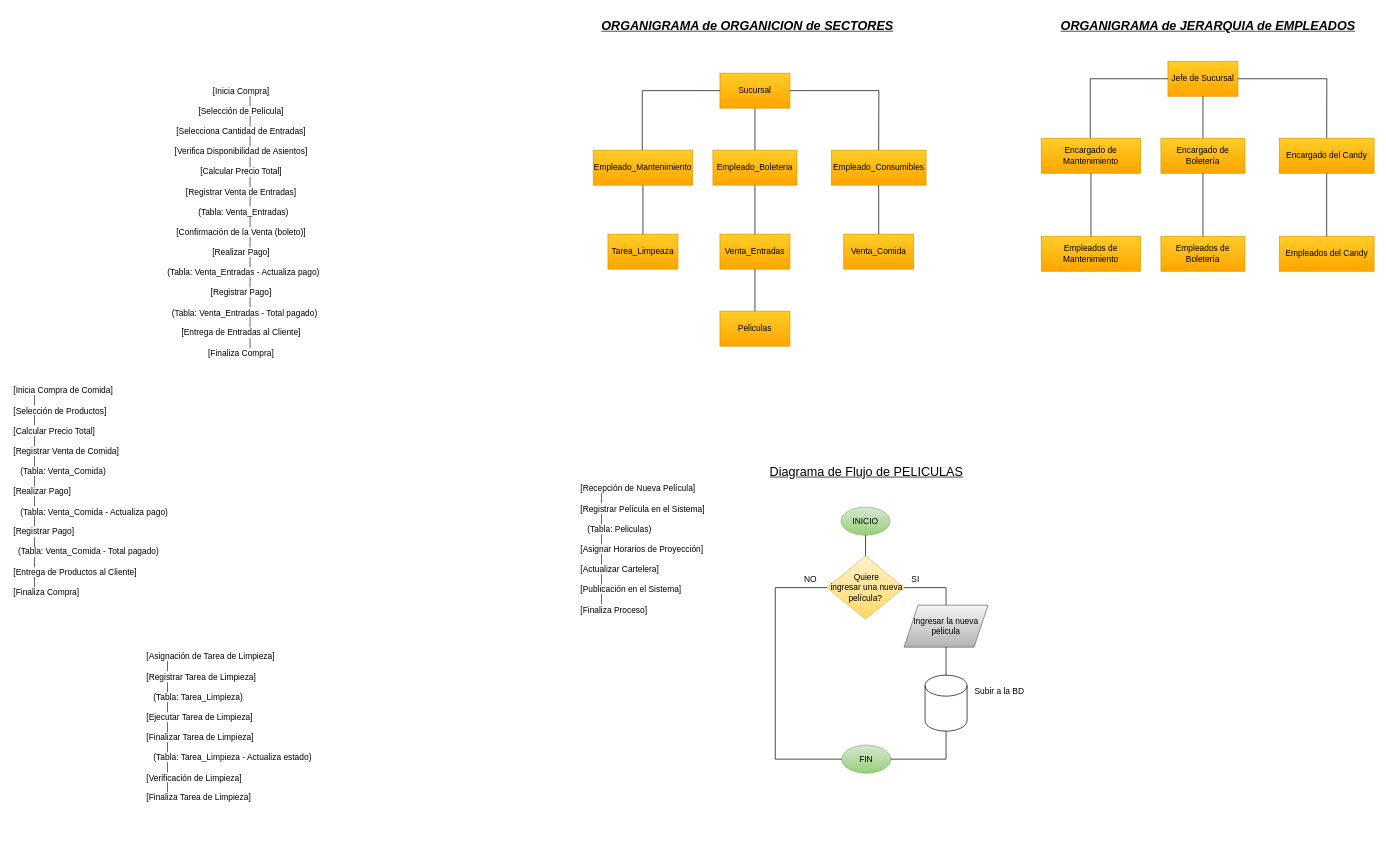
Earlier version of the draw.io diagram ORGANIGRAMA.drawio (NahuelLV/Base-de-Datos). Source tidied: cells renumbered, new cells numbered last; positions are measured from the earlier drawing's top-left corner, leaving out a move shared by most shapes. Both pictures are drawn from the tidied source at 70%, with x=0, y=0 at pixel (12, 12).
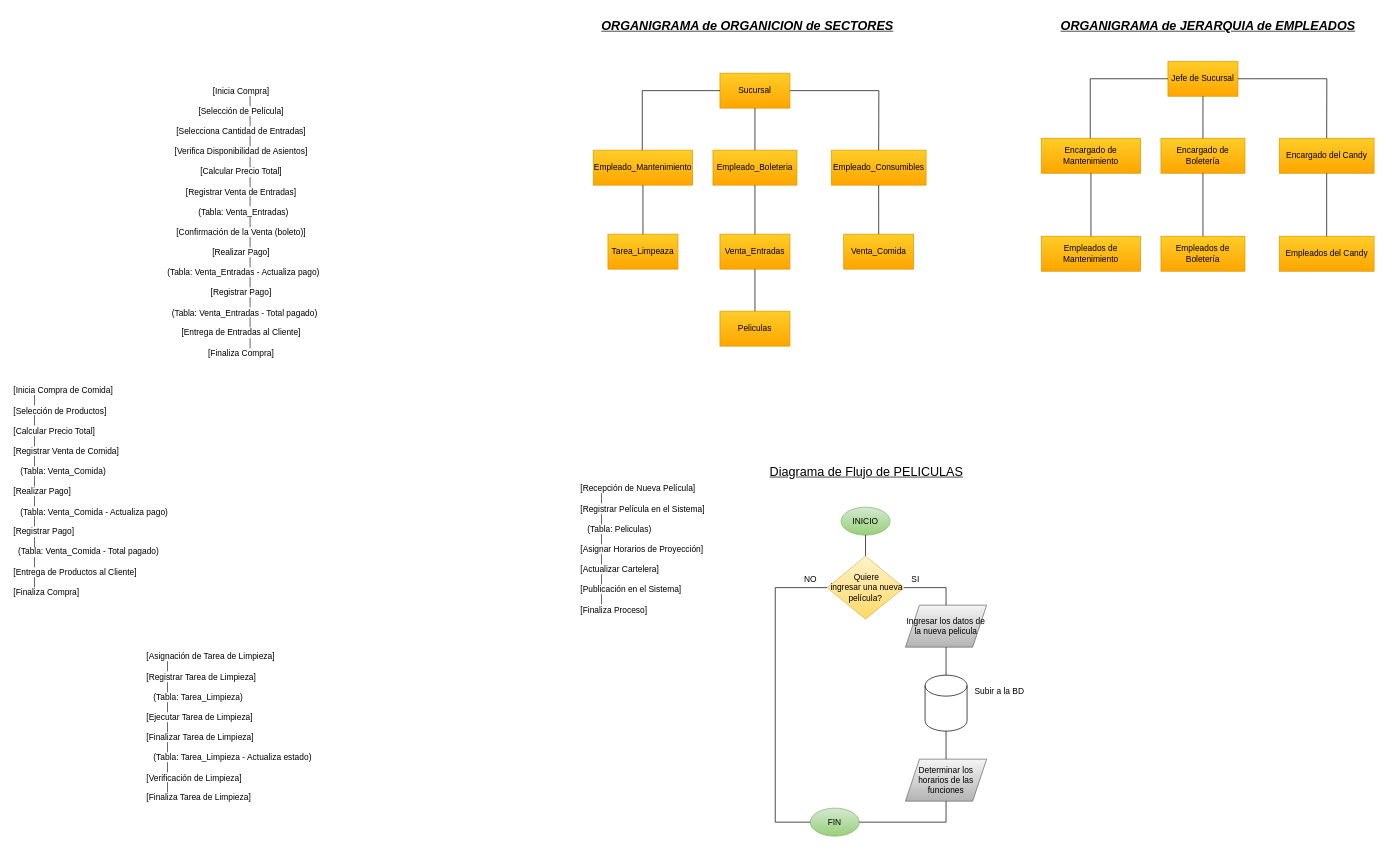
The same diagram, later.

Unchanged cells that the change refers to:
```xml
<mxCell id="38" value="&amp;nbsp;Quiere&lt;div&gt;&amp;nbsp;ingresar una nueva película?&lt;/div&gt;" style="rhombus;whiteSpace=wrap;html=1;fillColor=#fff2cc;gradientColor=#ffd966;strokeColor=#d6b656;" parent="1" vertex="1">
  <mxGeometry x="1164" y="777" width="110" height="90" as="geometry" />
</mxCell>
<mxCell id="46" style="shape=cylinder3;whiteSpace=wrap;html=1;boundedLbl=1;backgroundOutline=1;size=15;" parent="1" vertex="1">
  <mxGeometry x="1304" y="947" width="60" height="80" as="geometry" />
</mxCell>
```

Change to the diagram source:
```diff
@@
     <mxCell id="40" value="FIN" style="ellipse;whiteSpace=wrap;html=1;fillColor=#d5e8d4;gradientColor=#97d077;strokeColor=#82b366;" parent="1" vertex="1">
-      <mxGeometry x="1185" y="1047" width="70" height="40" as="geometry" />
+      <mxGeometry x="1140" y="1137" width="70" height="40" as="geometry" />
     </mxCell>
     <mxCell id="41" style="endArrow=none;html=1;rounded=0;entryX=0;entryY=0.5;entryDx=0;entryDy=0;exitX=0;exitY=0.5;exitDx=0;exitDy=0;" parent="1" edge="1" source="40" target="38">
       <mxGeometry relative="1" as="geometry">
         <Array as="points">
-          <mxPoint x="1090" y="1067" />
+          <mxPoint x="1090" y="1157" />
           <mxPoint x="1090" y="822" />
         </Array>
       </mxGeometry>
     </mxCell>
@@
-    <mxCell id="44" value="Ingresar la nueva pelicula" style="shape=parallelogram;perimeter=parallelogramPerimeter;whiteSpace=wrap;html=1;fixedSize=1;fillColor=#f5f5f5;gradientColor=#b3b3b3;strokeColor=#666666;" parent="1" vertex="1">
-      <mxGeometry x="1274" y="847" width="120" height="60" as="geometry" />
+    <mxCell id="44" value="Ingresar los datos de la nueva pelicula" style="shape=parallelogram;perimeter=parallelogramPerimeter;whiteSpace=wrap;html=1;fixedSize=1;fillColor=#f5f5f5;gradientColor=#b3b3b3;strokeColor=#666666;" parent="1" vertex="1">
+      <mxGeometry x="1276" y="847" width="116" height="60" as="geometry" />
     </mxCell>
@@
-    <mxCell id="49" style="endArrow=none;html=1;rounded=0;entryX=0.5;entryY=1;entryDx=0;entryDy=0;entryPerimeter=0;exitX=1;exitY=0.5;exitDx=0;exitDy=0;" parent="1" edge="1" source="40" target="46">
-      <mxGeometry relative="1" as="geometry">
-        <Array as="points">
-          <mxPoint x="1334" y="1067" />
-        </Array>
-      </mxGeometry>
-    </mxCell>
+    <mxCell id="50" value="Determinar los horarios de las funciones" style="shape=parallelogram;perimeter=parallelogramPerimeter;whiteSpace=wrap;html=1;fixedSize=1;fillColor=#f5f5f5;gradientColor=#b3b3b3;strokeColor=#666666;" parent="1" vertex="1">
+      <mxGeometry x="1276" y="1067" width="116" height="60" as="geometry" />
+    </mxCell>
+    <mxCell id="51" style="endArrow=none;html=1;rounded=0;entryX=0.5;entryY=1;entryDx=0;entryDy=0;entryPerimeter=0;exitX=0.5;exitY=0;exitDx=0;exitDy=0;" parent="1" edge="1" source="50" target="46">
+      <mxGeometry relative="1" as="geometry" />
+    </mxCell>
+    <mxCell id="52" style="endArrow=none;html=1;rounded=0;entryX=0.5;entryY=1;entryDx=0;entryDy=0;exitX=1;exitY=0.5;exitDx=0;exitDy=0;" parent="1" edge="1" source="40" target="50">
+      <mxGeometry relative="1" as="geometry">
+        <Array as="points">
+          <mxPoint x="1334" y="1157" />
+        </Array>
+      </mxGeometry>
+    </mxCell>
```
